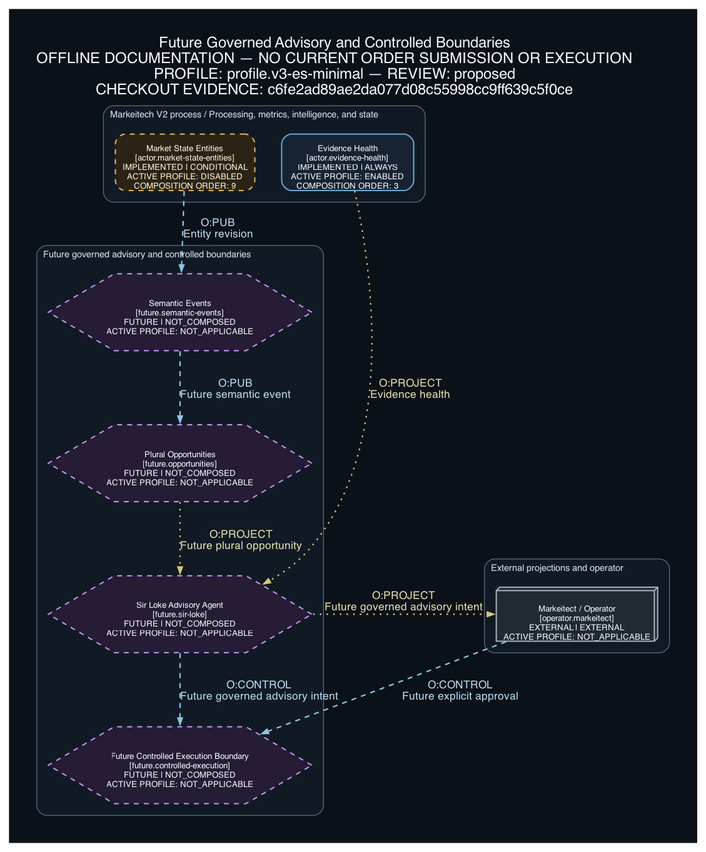
Before: docs/architecture/generated/system-dataflow/future-governed-boundaries.png, a diagram exported from Graphviz (ShriekinNinja/Markeitech_V2). Its source is kept beside it as docs/architecture/generated/system-dataflow/future-governed-boundaries.dot.
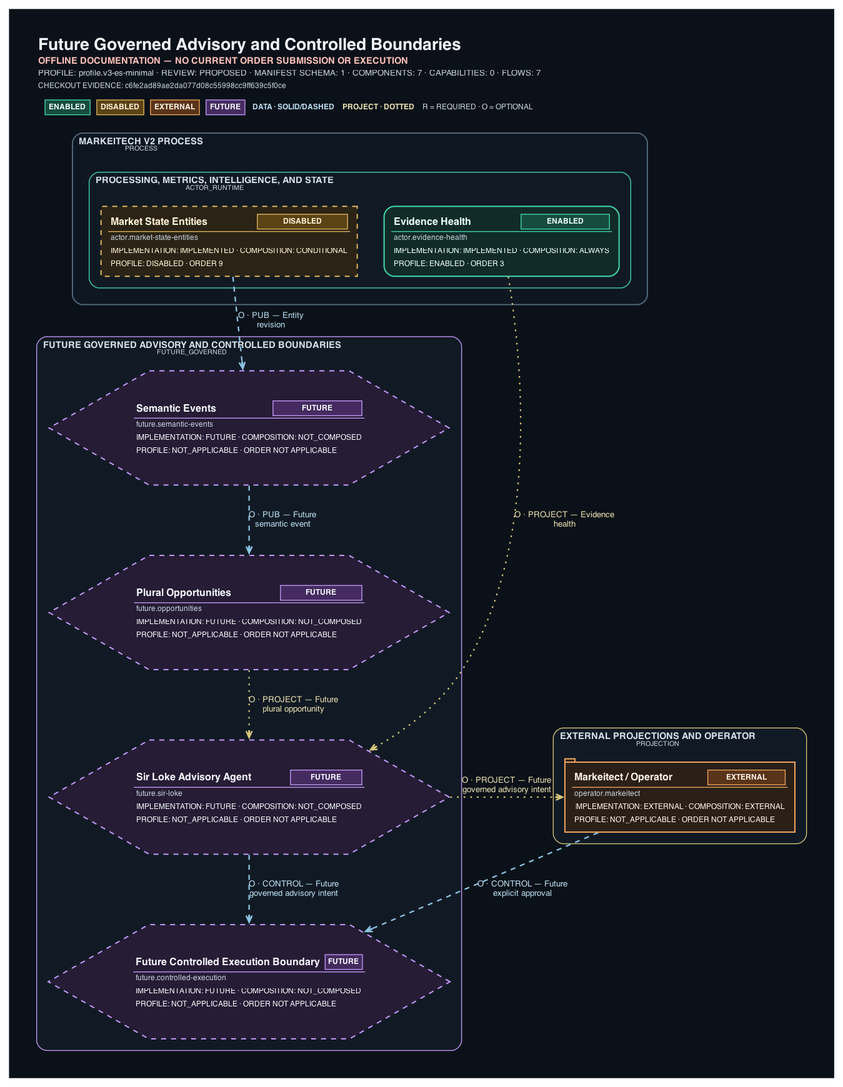
Later version of the same file.

What changed in the source:
```diff
@@ -1,64 +1,31 @@
-digraph "Future Governed Advisory and Controlled Boundaries
-OFFLINE DOCUMENTATION — NO CURRENT ORDER SUBMISSION OR EXECUTION
-PROFILE: profile.v3-es-minimal — REVIEW: proposed
-CHECKOUT EVIDENCE: c6fe2ad89ae2da077d08c55998cc9ff639c5f0ce" {
-	graph [bgcolor="#0B1118" fontcolor="#F2F6FA" fontname=Helvetica fontsize=18 label="Future Governed Advisory and Controlled Boundaries
-OFFLINE DOCUMENTATION — NO CURRENT ORDER SUBMISSION OR EXECUTION
-PROFILE: profile.v3-es-minimal — REVIEW: proposed
-CHECKOUT EVIDENCE: c6fe2ad89ae2da077d08c55998cc9ff639c5f0ce" labeljust=l labelloc=t margin=0.15 nodesep=0.45 pack=true packmode="graph" pad=0.35 rankdir=TB ranksep=0.85 splines=spline]
+digraph "Future Governed Advisory and Controlled Boundaries" {
+	graph [bgcolor="#0B1118" fontcolor="#F2F6FA" fontname=Helvetica fontsize=18 forcelabels=true label=<<TABLE BORDER="0" CELLBORDER="0" CELLSPACING="0" CELLPADDING="2"><TR><TD ALIGN="LEFT"><FONT COLOR="#F2F6FA" POINT-SIZE="20"><B>Future Governed Advisory and Controlled Boundaries</B></FONT></TD></TR><TR><TD ALIGN="LEFT"><FONT COLOR="#FFC1BB" POINT-SIZE="11"><B>OFFLINE DOCUMENTATION &#8212; NO CURRENT ORDER SUBMISSION OR EXECUTION</B></FONT></TD></TR><TR><TD ALIGN="LEFT"><FONT COLOR="#C7D2DD" POINT-SIZE="10">PROFILE: profile.v3-es-minimal &#183; REVIEW: PROPOSED &#183; MANIFEST SCHEMA: 1 &#183; COMPONENTS: 7 &#183; CAPABILITIES: 0 &#183; FLOWS: 7</FONT></TD></TR><TR><TD ALIGN="LEFT"><FONT COLOR="#C7D2DD" POINT-SIZE="9">CHECKOUT EVIDENCE: c6fe2ad89ae2da077d08c55998cc9ff639c5f0ce</FONT></TD></TR><TR><TD ALIGN="LEFT"><TABLE BORDER="0" CELLBORDER="0" CELLSPACING="8" CELLPADDING="0"><TR><TD><TABLE BORDER="1" CELLBORDER="0" CELLSPACING="0" CELLPADDING="3" COLOR="#43D9AE" BGCOLOR="#164C3E"><TR><TD><FONT COLOR="#ECFFF8" POINT-SIZE="9"><B>ENABLED</B></FONT></TD></TR></TABLE></TD><TD><TABLE BORDER="1" CELLBORDER="0" CELLSPACING="0" CELLPADDING="3" COLOR="#E2B75C" BGCOLOR="#5B4316"><TR><TD><FONT COLOR="#FFF3D6" POINT-SIZE="9"><B>DISABLED</B></FONT></TD></TR></TABLE></TD><TD><TABLE BORDER="1" CELLBORDER="0" CELLSPACING="0" CELLPADDING="3" COLOR="#F0A45D" BGCOLOR="#5A3419"><TR><TD><FONT COLOR="#FFF4E8" POINT-SIZE="9"><B>EXTERNAL</B></FONT></TD></TR></TABLE></TD><TD><TABLE BORDER="1" CELLBORDER="0" CELLSPACING="0" CELLPADDING="3" COLOR="#C49AFA" BGCOLOR="#452B60"><TR><TD><FONT COLOR="#F4F7FA" POINT-SIZE="9"><B>FUTURE</B></FONT></TD></TR></TABLE></TD><TD><FONT COLOR="#B9DDF0" POINT-SIZE="9"><B>DATA · SOLID/DASHED</B></FONT></TD><TD><FONT COLOR="#E8DFAF" POINT-SIZE="9"><B>PROJECT · DOTTED</B></FONT></TD><TD><FONT COLOR="#C7D2DD" POINT-SIZE="9">R = REQUIRED &#183; O = OPTIONAL</FONT></TD></TR></TABLE></TD></TR></TABLE>> labeljust=l labelloc=t margin=0.15 nodesep=0.45 outputorder=edgesfirst overlap=false pack=true packmode="graph" pad=0.35 rankdir=TB ranksep=0.85 splines=spline]
 	node [fixedsize=false fontcolor="#F4F7FA" fontname=Helvetica fontsize=10 height=0.9 imagescale=true labelloc=b margin="0.12,0.08" shape=box style=rounded width=2.2]
-	edge [arrowsize=0.75 color="#8DC5E3" fontcolor="#B9DDF0" fontname=Helvetica fontsize=9]
+	edge [arrowsize=0.8 color="#8DC5E3" fontcolor="#B9DDF0" fontname=Helvetica fontsize=9]
 	subgraph "cluster_Future governed advisory and controlled boundaries" {
-		graph [bgcolor="#111A24" color="#566B7D" fontcolor="#D6E2EA" fontname=Helvetica fontsize=11 id="boundary.future" label="Future governed advisory and controlled boundaries" labeljust=l margin=14 pencolor="#566B7D" rankdir=LR shape=box style=rounded]
-		"future.controlled-execution" [label="Future Controlled Execution Boundary
-[future.controlled-execution]
-FUTURE | NOT_COMPOSED
-ACTIVE PROFILE: NOT_APPLICABLE" color="#C49AFA" fillcolor="#261C35" fontcolor="#F4F7FA" id="future.controlled-execution" penwidth=1.5 shape=hexagon style="dashed,filled"]
-		"future.opportunities" [label="Plural Opportunities
-[future.opportunities]
-FUTURE | NOT_COMPOSED
-ACTIVE PROFILE: NOT_APPLICABLE" color="#C49AFA" fillcolor="#261C35" fontcolor="#F4F7FA" id="future.opportunities" penwidth=1.5 shape=hexagon style="dashed,filled"]
-		"future.semantic-events" [label="Semantic Events
-[future.semantic-events]
-FUTURE | NOT_COMPOSED
-ACTIVE PROFILE: NOT_APPLICABLE" color="#C49AFA" fillcolor="#261C35" fontcolor="#F4F7FA" id="future.semantic-events" penwidth=1.5 shape=hexagon style="dashed,filled"]
-		"future.sir-loke" [label="Sir Loke Advisory Agent
-[future.sir-loke]
-FUTURE | NOT_COMPOSED
-ACTIVE PROFILE: NOT_APPLICABLE" color="#C49AFA" fillcolor="#261C35" fontcolor="#F4F7FA" id="future.sir-loke" penwidth=1.5 shape=hexagon style="dashed,filled"]
+		graph [bgcolor="#111A24" color="#C49AFA" fontcolor="#D6E2EA" fontname=Helvetica fontsize=11 id="boundary.future" label=<<FONT COLOR="#D6E2EA" POINT-SIZE="11"><B>FUTURE GOVERNED ADVISORY AND CONTROLLED BOUNDARIES</B></FONT><BR ALIGN="LEFT"/><FONT COLOR="#C7D2DD" POINT-SIZE="8">FUTURE_GOVERNED</FONT>> labeljust=l margin=14 pencolor="#C49AFA" penwidth=1.0 rankdir=LR shape=box style=rounded]
+		"future.controlled-execution" [label=<<TABLE BORDER="0" CELLBORDER="0" CELLSPACING="0" CELLPADDING="3"><TR><TD ALIGN="LEFT"><FONT COLOR="#F4F7FA" POINT-SIZE="12"><B>Future Controlled Execution Boundary</B></FONT></TD><TD ALIGN="RIGHT"><TABLE BORDER="1" CELLBORDER="0" CELLSPACING="0" CELLPADDING="3" COLOR="#C49AFA" BGCOLOR="#452B60"><TR><TD><FONT COLOR="#F4F7FA" POINT-SIZE="9"><B>FUTURE</B></FONT></TD></TR></TABLE></TD></TR><HR/><TR><TD COLSPAN="2" ALIGN="LEFT"><FONT COLOR="#C7D2DD" POINT-SIZE="9">future.controlled-execution</FONT></TD></TR><TR><TD COLSPAN="2" ALIGN="LEFT"><FONT COLOR="#F4F7FA" POINT-SIZE="9">IMPLEMENTATION: FUTURE &#183; COMPOSITION: NOT_COMPOSED</FONT></TD></TR><TR><TD COLSPAN="2" ALIGN="LEFT"><FONT COLOR="#F4F7FA" POINT-SIZE="9">PROFILE: NOT_APPLICABLE &#183; ORDER NOT APPLICABLE</FONT></TD></TR></TABLE>> color="#C49AFA" fillcolor="#261C35" fixedsize=false fontcolor="#F4F7FA" group="boundary.future" height=0.82 id="future.controlled-execution" labelloc=c margin="0.12,0.09" penwidth=1.5 shape=hexagon style="dashed,filled" tooltip="future.controlled-execution" width=2.7]
+		"future.opportunities" [label=<<TABLE BORDER="0" CELLBORDER="0" CELLSPACING="0" CELLPADDING="3"><TR><TD ALIGN="LEFT"><FONT COLOR="#F4F7FA" POINT-SIZE="12"><B>Plural Opportunities</B></FONT></TD><TD ALIGN="RIGHT"><TABLE BORDER="1" CELLBORDER="0" CELLSPACING="0" CELLPADDING="3" COLOR="#C49AFA" BGCOLOR="#452B60"><TR><TD><FONT COLOR="#F4F7FA" POINT-SIZE="9"><B>FUTURE</B></FONT></TD></TR></TABLE></TD></TR><HR/><TR><TD COLSPAN="2" ALIGN="LEFT"><FONT COLOR="#C7D2DD" POINT-SIZE="9">future.opportunities</FONT></TD></TR><TR><TD COLSPAN="2" ALIGN="LEFT"><FONT COLOR="#F4F7FA" POINT-SIZE="9">IMPLEMENTATION: FUTURE &#183; COMPOSITION: NOT_COMPOSED</FONT></TD></TR><TR><TD COLSPAN="2" ALIGN="LEFT"><FONT COLOR="#F4F7FA" POINT-SIZE="9">PROFILE: NOT_APPLICABLE &#183; ORDER NOT APPLICABLE</FONT></TD></TR></TABLE>> color="#C49AFA" fillcolor="#261C35" fixedsize=false fontcolor="#F4F7FA" group="boundary.future" height=0.82 id="future.opportunities" labelloc=c margin="0.12,0.09" penwidth=1.5 shape=hexagon style="dashed,filled" tooltip="future.opportunities" width=2.7]
+		"future.semantic-events" [label=<<TABLE BORDER="0" CELLBORDER="0" CELLSPACING="0" CELLPADDING="3"><TR><TD ALIGN="LEFT"><FONT COLOR="#F4F7FA" POINT-SIZE="12"><B>Semantic Events</B></FONT></TD><TD ALIGN="RIGHT"><TABLE BORDER="1" CELLBORDER="0" CELLSPACING="0" CELLPADDING="3" COLOR="#C49AFA" BGCOLOR="#452B60"><TR><TD><FONT COLOR="#F4F7FA" POINT-SIZE="9"><B>FUTURE</B></FONT></TD></TR></TABLE></TD></TR><HR/><TR><TD COLSPAN="2" ALIGN="LEFT"><FONT COLOR="#C7D2DD" POINT-SIZE="9">future.semantic-events</FONT></TD></TR><TR><TD COLSPAN="2" ALIGN="LEFT"><FONT COLOR="#F4F7FA" POINT-SIZE="9">IMPLEMENTATION: FUTURE &#183; COMPOSITION: NOT_COMPOSED</FONT></TD></TR><TR><TD COLSPAN="2" ALIGN="LEFT"><FONT COLOR="#F4F7FA" POINT-SIZE="9">PROFILE: NOT_APPLICABLE &#183; ORDER NOT APPLICABLE</FONT></TD></TR></TABLE>> color="#C49AFA" fillcolor="#261C35" fixedsize=false fontcolor="#F4F7FA" group="boundary.future" height=0.82 id="future.semantic-events" labelloc=c margin="0.12,0.09" penwidth=1.5 shape=hexagon style="dashed,filled" tooltip="future.semantic-events" width=2.7]
+		"future.sir-loke" [label=<<TABLE BORDER="0" CELLBORDER="0" CELLSPACING="0" CELLPADDING="3"><TR><TD ALIGN="LEFT"><FONT COLOR="#F4F7FA" POINT-SIZE="12"><B>Sir Loke Advisory Agent</B></FONT></TD><TD ALIGN="RIGHT"><TABLE BORDER="1" CELLBORDER="0" CELLSPACING="0" CELLPADDING="3" COLOR="#C49AFA" BGCOLOR="#452B60"><TR><TD><FONT COLOR="#F4F7FA" POINT-SIZE="9"><B>FUTURE</B></FONT></TD></TR></TABLE></TD></TR><HR/><TR><TD COLSPAN="2" ALIGN="LEFT"><FONT COLOR="#C7D2DD" POINT-SIZE="9">future.sir-loke</FONT></TD></TR><TR><TD COLSPAN="2" ALIGN="LEFT"><FONT COLOR="#F4F7FA" POINT-SIZE="9">IMPLEMENTATION: FUTURE &#183; COMPOSITION: NOT_COMPOSED</FONT></TD></TR><TR><TD COLSPAN="2" ALIGN="LEFT"><FONT COLOR="#F4F7FA" POINT-SIZE="9">PROFILE: NOT_APPLICABLE &#183; ORDER NOT APPLICABLE</FONT></TD></TR></TABLE>> color="#C49AFA" fillcolor="#261C35" fixedsize=false fontcolor="#F4F7FA" group="boundary.future" height=0.82 id="future.sir-loke" labelloc=c margin="0.12,0.09" penwidth=1.5 shape=hexagon style="dashed,filled" tooltip="future.sir-loke" width=2.7]
 	}
-	subgraph "cluster_Markeitech V2 process / Processing, metrics, intelligence, and state" {
-		graph [bgcolor="#111A24" color="#566B7D" fontcolor="#D6E2EA" fontname=Helvetica fontsize=11 id="boundary.intelligence" label="Markeitech V2 process / Processing, metrics, intelligence, and state" labeljust=l margin=14 pencolor="#566B7D" rankdir=LR shape=box style=rounded]
-		"actor.evidence-health" [label="Evidence Health
-[actor.evidence-health]
-IMPLEMENTED | ALWAYS
-ACTIVE PROFILE: ENABLED
-COMPOSITION ORDER: 3" color="#6FA8CC" fillcolor="#172332" fontcolor="#F4F7FA" id="actor.evidence-health" penwidth=1.5 shape=box style="rounded,filled"]
-		"actor.market-state-entities" [label="Market State Entities
-[actor.market-state-entities]
-IMPLEMENTED | CONDITIONAL
-ACTIVE PROFILE: DISABLED
-COMPOSITION ORDER: 9" color="#E2B75C" fillcolor="#2B2416" fontcolor="#FFF3D6" id="actor.market-state-entities" penwidth=1.5 shape=box style="dashed,rounded,filled"]
+	subgraph "cluster_Markeitech V2 process" {
+		graph [bgcolor="#0E1721" color="#566B7D" fontcolor="#D6E2EA" fontname=Helvetica fontsize=11 id="boundary.process" label=<<FONT COLOR="#D6E2EA" POINT-SIZE="11"><B>MARKEITECH V2 PROCESS</B></FONT><BR ALIGN="LEFT"/><FONT COLOR="#C7D2DD" POINT-SIZE="8">PROCESS</FONT>> labeljust=l margin=20 pencolor="#566B7D" penwidth=1.4 rankdir=LR shape=box style=rounded]
+		subgraph "cluster_Processing, metrics, intelligence, and state" {
+			graph [bgcolor="#111A24" color="#43D9AE" fontcolor="#D6E2EA" fontname=Helvetica fontsize=11 id="boundary.intelligence" label=<<FONT COLOR="#D6E2EA" POINT-SIZE="11"><B>PROCESSING, METRICS, INTELLIGENCE, AND STATE</B></FONT><BR ALIGN="LEFT"/><FONT COLOR="#C7D2DD" POINT-SIZE="8">ACTOR_RUNTIME</FONT>> labeljust=l margin=14 pencolor="#43D9AE" penwidth=1.0 rankdir=LR shape=box style=rounded]
+			"actor.evidence-health" [label=<<TABLE BORDER="0" CELLBORDER="0" CELLSPACING="0" CELLPADDING="3"><TR><TD ALIGN="LEFT"><FONT COLOR="#ECFFF8" POINT-SIZE="12"><B>Evidence Health</B></FONT></TD><TD ALIGN="RIGHT"><TABLE BORDER="1" CELLBORDER="0" CELLSPACING="0" CELLPADDING="3" COLOR="#43D9AE" BGCOLOR="#164C3E"><TR><TD><FONT COLOR="#ECFFF8" POINT-SIZE="9"><B>ENABLED</B></FONT></TD></TR></TABLE></TD></TR><HR/><TR><TD COLSPAN="2" ALIGN="LEFT"><FONT COLOR="#C7D2DD" POINT-SIZE="9">actor.evidence-health</FONT></TD></TR><TR><TD COLSPAN="2" ALIGN="LEFT"><FONT COLOR="#ECFFF8" POINT-SIZE="9">IMPLEMENTATION: IMPLEMENTED &#183; COMPOSITION: ALWAYS</FONT></TD></TR><TR><TD COLSPAN="2" ALIGN="LEFT"><FONT COLOR="#ECFFF8" POINT-SIZE="9">PROFILE: ENABLED &#183; ORDER 3</FONT></TD></TR></TABLE>> color="#43D9AE" fillcolor="#102B28" fixedsize=false fontcolor="#ECFFF8" group="boundary.intelligence" height=0.82 id="actor.evidence-health" labelloc=c margin="0.12,0.09" penwidth=1.5 shape=box style="rounded,filled" tooltip="actor.evidence-health" width=2.7]
+			"actor.market-state-entities" [label=<<TABLE BORDER="0" CELLBORDER="0" CELLSPACING="0" CELLPADDING="3"><TR><TD ALIGN="LEFT"><FONT COLOR="#FFF3D6" POINT-SIZE="12"><B>Market State Entities</B></FONT></TD><TD ALIGN="RIGHT"><TABLE BORDER="1" CELLBORDER="0" CELLSPACING="0" CELLPADDING="3" COLOR="#E2B75C" BGCOLOR="#5B4316"><TR><TD><FONT COLOR="#FFF3D6" POINT-SIZE="9"><B>DISABLED</B></FONT></TD></TR></TABLE></TD></TR><HR/><TR><TD COLSPAN="2" ALIGN="LEFT"><FONT COLOR="#C7D2DD" POINT-SIZE="9">actor.market-state-entities</FONT></TD></TR><TR><TD COLSPAN="2" ALIGN="LEFT"><FONT COLOR="#FFF3D6" POINT-SIZE="9">IMPLEMENTATION: IMPLEMENTED &#183; COMPOSITION: CONDITIONAL</FONT></TD></TR><TR><TD COLSPAN="2" ALIGN="LEFT"><FONT COLOR="#FFF3D6" POINT-SIZE="9">PROFILE: DISABLED &#183; ORDER 9</FONT></TD></TR></TABLE>> color="#E2B75C" fillcolor="#2B2416" fixedsize=false fontcolor="#FFF3D6" group="boundary.intelligence" height=0.82 id="actor.market-state-entities" labelloc=c margin="0.12,0.09" penwidth=1.5 shape=box style="dashed,filled" tooltip="actor.market-state-entities" width=2.7]
+		}
 	}
 	subgraph "cluster_External projections and operator" {
-		graph [bgcolor="#111A24" color="#566B7D" fontcolor="#D6E2EA" fontname=Helvetica fontsize=11 id="boundary.projections" label="External projections and operator" labeljust=l margin=14 pencolor="#566B7D" rankdir=LR shape=box style=rounded]
-		"operator.markeitect" [label="Markeitect / Operator
-[operator.markeitect]
-EXTERNAL | EXTERNAL
-ACTIVE PROFILE: NOT_APPLICABLE" color="#A5B4C0" fillcolor="#202A33" fontcolor="#F4F7FA" id="operator.markeitect" penwidth=1.5 shape=box3d style="rounded,filled"]
+		graph [bgcolor="#111A24" color="#D7C77B" fontcolor="#D6E2EA" fontname=Helvetica fontsize=11 id="boundary.projections" label=<<FONT COLOR="#D6E2EA" POINT-SIZE="11"><B>EXTERNAL PROJECTIONS AND OPERATOR</B></FONT><BR ALIGN="LEFT"/><FONT COLOR="#C7D2DD" POINT-SIZE="8">PROJECTION</FONT>> labeljust=l margin=14 pencolor="#D7C77B" penwidth=1.0 rankdir=LR shape=box style=rounded]
+		"operator.markeitect" [label=<<TABLE BORDER="0" CELLBORDER="0" CELLSPACING="0" CELLPADDING="3"><TR><TD ALIGN="LEFT"><FONT COLOR="#FFF4E8" POINT-SIZE="12"><B>Markeitect / Operator</B></FONT></TD><TD ALIGN="RIGHT"><TABLE BORDER="1" CELLBORDER="0" CELLSPACING="0" CELLPADDING="3" COLOR="#F0A45D" BGCOLOR="#5A3419"><TR><TD><FONT COLOR="#FFF4E8" POINT-SIZE="9"><B>EXTERNAL</B></FONT></TD></TR></TABLE></TD></TR><HR/><TR><TD COLSPAN="2" ALIGN="LEFT"><FONT COLOR="#C7D2DD" POINT-SIZE="9">operator.markeitect</FONT></TD></TR><TR><TD COLSPAN="2" ALIGN="LEFT"><FONT COLOR="#FFF4E8" POINT-SIZE="9">IMPLEMENTATION: EXTERNAL &#183; COMPOSITION: EXTERNAL</FONT></TD></TR><TR><TD COLSPAN="2" ALIGN="LEFT"><FONT COLOR="#FFF4E8" POINT-SIZE="9">PROFILE: NOT_APPLICABLE &#183; ORDER NOT APPLICABLE</FONT></TD></TR></TABLE>> color="#F0A45D" fillcolor="#2B2017" fixedsize=false fontcolor="#FFF4E8" group="boundary.projections" height=0.82 id="operator.markeitect" labelloc=c margin="0.12,0.09" penwidth=1.5 shape=tab style="rounded,filled" tooltip="operator.markeitect" width=2.7]
 	}
-	"actor.market-state-entities" -> "future.semantic-events" [label="O:PUB
-Entity revision" color="#8DC5E3" dir=forward fontcolor="#B9DDF0" fontname="Sans-Serif" fontsize=13 id="edge.entity-revision-semantic" penwidth=1.7 style=dashed]
-	"actor.evidence-health" -> "future.sir-loke" [label="O:PROJECT
-Evidence health" color="#D7C77B" dir=forward fontcolor="#E8DFAF" fontname="Sans-Serif" fontsize=13 id="edge.evidence-sir-loke" penwidth=1.7 style=dotted]
-	"operator.markeitect" -> "future.controlled-execution" [label="O:CONTROL
-Future explicit approval" color="#8DC5E3" dir=forward fontcolor="#B9DDF0" fontname="Sans-Serif" fontsize=13 id="edge.operator-execution-approval" penwidth=1.7 style=dashed]
-	"future.opportunities" -> "future.sir-loke" [label="O:PROJECT
-Future plural opportunity" color="#D7C77B" dir=forward fontcolor="#E8DFAF" fontname="Sans-Serif" fontsize=13 id="edge.opportunity-sir-loke" penwidth=1.7 style=dotted]
-	"future.semantic-events" -> "future.opportunities" [label="O:PUB
-Future semantic event" color="#8DC5E3" dir=forward fontcolor="#B9DDF0" fontname="Sans-Serif" fontsize=13 id="edge.semantic-opportunity" penwidth=1.7 style=dashed]
-	"future.sir-loke" -> "future.controlled-execution" [label="O:CONTROL
-Future governed advisory intent" color="#8DC5E3" dir=forward fontcolor="#B9DDF0" fontname="Sans-Serif" fontsize=13 id="edge.sir-loke-execution-intent" penwidth=1.7 style=dashed]
-	"future.sir-loke" -> "operator.markeitect" [label="O:PROJECT
-Future governed advisory intent" color="#D7C77B" dir=forward fontcolor="#E8DFAF" fontname="Sans-Serif" fontsize=13 id="edge.sir-loke-operator" penwidth=1.7 style=dotted]
+	"actor.market-state-entities" -> "future.semantic-events" [label=<<font point-size="10">O · PUB — Entity<br/>revision</font>> arrowhead=vee color="#8DC5E3" dir=forward fontcolor="#B9DDF0" fontname="Sans-Serif" fontsize=13 id="edge.entity-revision-semantic" penwidth=1.7 style=dashed tooltip="edge.entity-revision-semantic"]
+	"actor.evidence-health" -> "future.sir-loke" [label=<<font point-size="10">O · PROJECT — Evidence<br/>health</font>> arrowhead=vee color="#D7C77B" dir=forward fontcolor="#E8DFAF" fontname="Sans-Serif" fontsize=13 id="edge.evidence-sir-loke" penwidth=1.7 style=dotted tooltip="edge.evidence-sir-loke"]
+	"operator.markeitect" -> "future.controlled-execution" [label=<<font point-size="10">O · CONTROL — Future<br/>explicit approval</font>> arrowhead=vee color="#8DC5E3" dir=forward fontcolor="#B9DDF0" fontname="Sans-Serif" fontsize=13 id="edge.operator-execution-approval" penwidth=1.7 style=dashed tooltip="edge.operator-execution-approval"]
+	"future.opportunities" -> "future.sir-loke" [label=<<font point-size="10">O · PROJECT — Future<br/>plural opportunity</font>> arrowhead=vee color="#D7C77B" dir=forward fontcolor="#E8DFAF" fontname="Sans-Serif" fontsize=13 id="edge.opportunity-sir-loke" penwidth=1.7 style=dotted tooltip="edge.opportunity-sir-loke"]
+	"future.semantic-events" -> "future.opportunities" [label=<<font point-size="10">O · PUB — Future<br/>semantic event</font>> arrowhead=vee color="#8DC5E3" dir=forward fontcolor="#B9DDF0" fontname="Sans-Serif" fontsize=13 id="edge.semantic-opportunity" penwidth=1.7 style=dashed tooltip="edge.semantic-opportunity"]
+	"future.sir-loke" -> "future.controlled-execution" [label=<<font point-size="10">O · CONTROL — Future<br/>governed advisory intent</font>> arrowhead=vee color="#8DC5E3" dir=forward fontcolor="#B9DDF0" fontname="Sans-Serif" fontsize=13 id="edge.sir-loke-execution-intent" penwidth=1.7 style=dashed tooltip="edge.sir-loke-execution-intent"]
+	"future.sir-loke" -> "operator.markeitect" [label=<<font point-size="10">O · PROJECT — Future<br/>governed advisory intent</font>> arrowhead=vee color="#D7C77B" dir=forward fontcolor="#E8DFAF" fontname="Sans-Serif" fontsize=13 id="edge.sir-loke-operator" penwidth=1.7 style=dotted tooltip="edge.sir-loke-operator"]
 }
```
